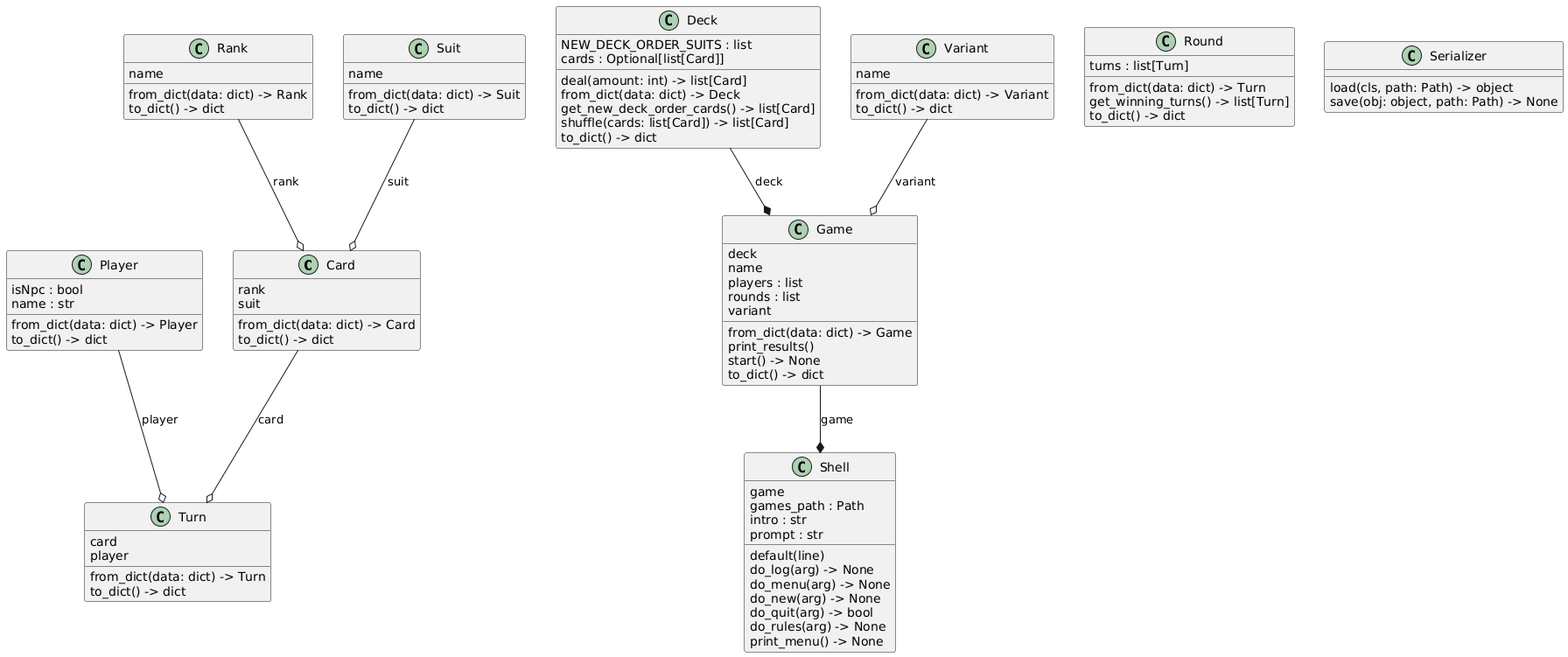
Before: docs/uml/png/classes_war.png, a diagram exported from PlantUML (b3h3m0th/war).
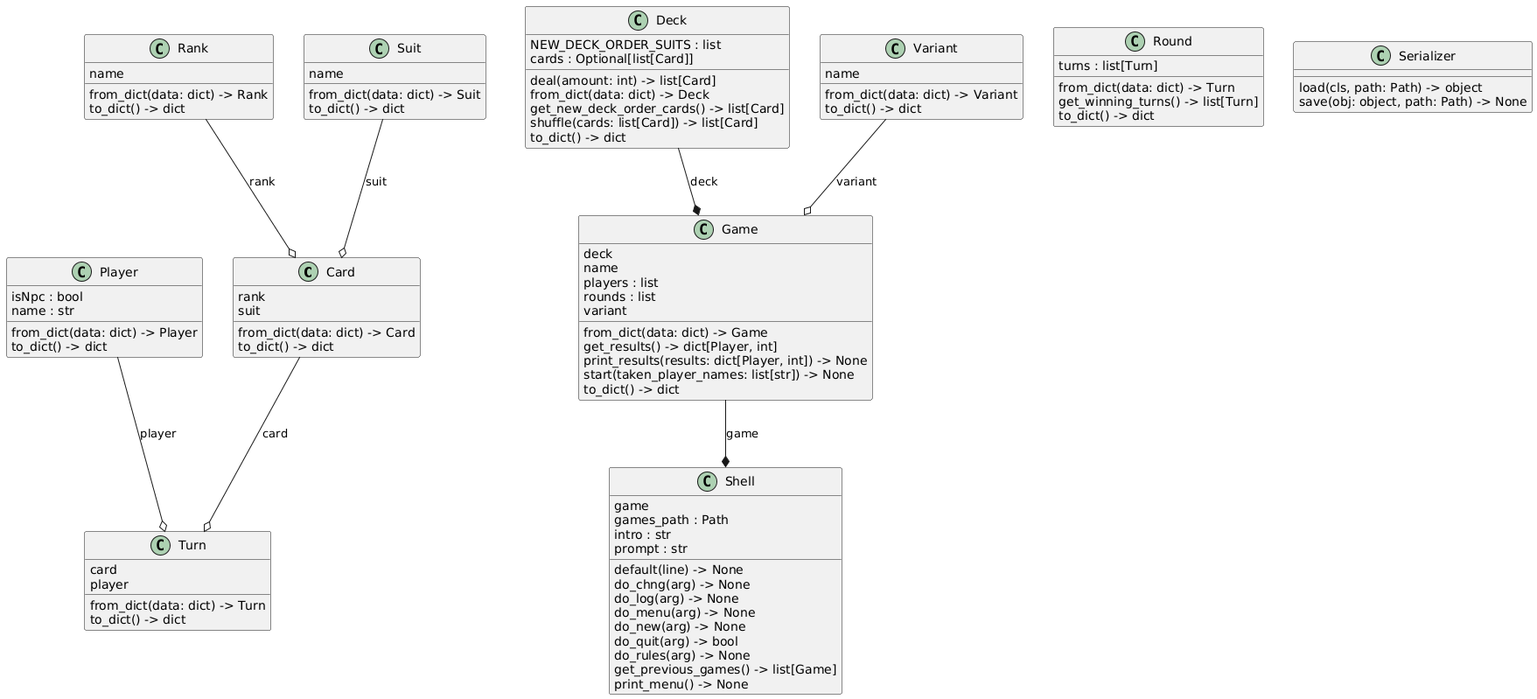
The same diagram one commit later.

Diff of the diagram source:
```diff
@@ -22,8 +22,9 @@
   rounds : list
   variant
   from_dict(data: dict) -> Game
-  print_results()
-  start() -> None
+  get_results() -> dict[Player, int]
+  print_results(results: dict[Player, int]) -> None
+  start(taken_player_names: list[str]) -> None
   to_dict() -> dict
 }
 class "Player" as models.player.Player {
@@ -52,12 +53,14 @@
   games_path : Path
   intro : str
   prompt : str
-  default(line)
+  default(line) -> None
+  do_chng(arg) -> None
   do_log(arg) -> None
   do_menu(arg) -> None
   do_new(arg) -> None
   do_quit(arg) -> bool
   do_rules(arg) -> None
+  get_previous_games() -> list[Game]
   print_menu() -> None
 }
 class "Suit" as enums.suit.Suit {
```
